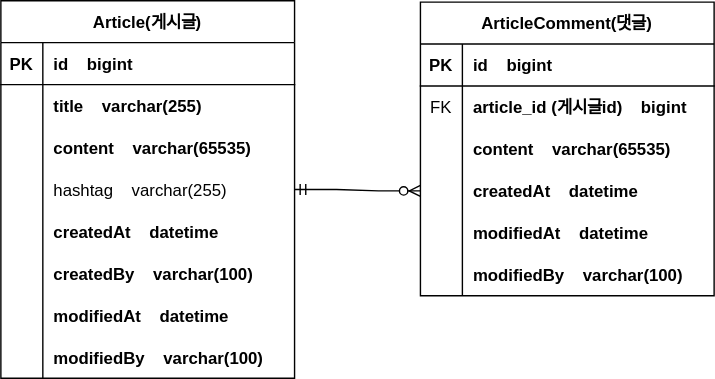
MJ0501/board keeps this draw.io diagram as document/board_erd.drawio.svg. Above is the earlier version. Source tidied: cells renumbered, new cells last; positions are measured from the earlier drawing's top-left corner, leaving out a move shared by most shapes.
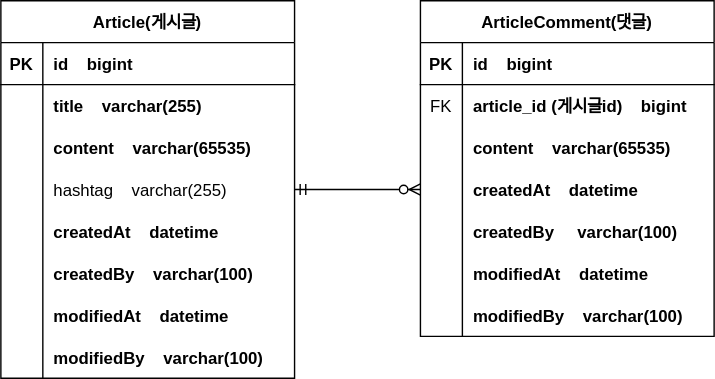
Later version of the same file.

Commit message:
board_erd.drawio.svg이 추가되었습니다.

Diff of the diagram source:
```diff
@@ -3,7 +3,7 @@
     <mxCell id="0" />
     <mxCell id="1" parent="0" />
     <mxCell id="2" value="Article(게시글)" style="shape=table;startSize=30;rowLines=0;fontStyle=1;align=center;" parent="1" vertex="1">
-      <mxGeometry width="210" height="270" as="geometry" />
+      <mxGeometry y="-1" width="210" height="270" as="geometry" />
     </mxCell>
     <mxCell id="3" style="shape=partialRectangle;fillColor=none;top=0;left=0;right=0;bottom=1;" parent="2" vertex="1">
       <mxGeometry y="30" width="210" height="30" as="geometry" />
@@ -78,7 +78,7 @@
       <mxGeometry x="30" width="180" height="30" as="geometry" />
     </mxCell>
     <mxCell id="27" value="ArticleComment(댓글)" style="shape=table;startSize=30;rowLines=0;fontStyle=1;align=center;" parent="1" vertex="1">
-      <mxGeometry x="300" y="1" width="210" height="210" as="geometry" />
+      <mxGeometry x="300" y="-1" width="210" height="240" as="geometry" />
     </mxCell>
     <mxCell id="28" style="shape=partialRectangle;fillColor=none;top=0;left=0;right=0;bottom=1;" parent="27" vertex="1">
       <mxGeometry y="30" width="210" height="30" as="geometry" />
@@ -116,8 +116,17 @@
     <mxCell id="39" value="createdAt    datetime" style="shape=partialRectangle;overflow=hidden;fillColor=none;top=0;left=0;bottom=0;right=0;align=left;spacingLeft=6;fontStyle=1;" parent="37" vertex="1">
       <mxGeometry x="30" width="180" height="30" as="geometry" />
     </mxCell>
+    <mxCell id="47" style="shape=partialRectangle;fillColor=none;top=0;left=0;right=0;bottom=0;" parent="27" vertex="1">
+      <mxGeometry y="150" width="210" height="30" as="geometry" />
+    </mxCell>
+    <mxCell id="48" style="shape=partialRectangle;overflow=hidden;fillColor=none;top=0;left=0;bottom=0;right=0;" parent="47" vertex="1">
+      <mxGeometry width="30" height="30" as="geometry" />
+    </mxCell>
+    <mxCell id="49" value="createdBy     varchar(100)" style="shape=partialRectangle;overflow=hidden;fillColor=none;top=0;left=0;bottom=0;right=0;align=left;spacingLeft=6;fontStyle=1;" parent="47" vertex="1">
+      <mxGeometry x="30" width="180" height="30" as="geometry" />
+    </mxCell>
     <mxCell id="40" style="shape=partialRectangle;fillColor=none;top=0;left=0;right=0;bottom=0;" parent="27" vertex="1">
-      <mxGeometry y="150" width="210" height="30" as="geometry" />
+      <mxGeometry y="180" width="210" height="30" as="geometry" />
     </mxCell>
     <mxCell id="41" style="shape=partialRectangle;overflow=hidden;fillColor=none;top=0;left=0;bottom=0;right=0;" parent="40" vertex="1">
       <mxGeometry width="30" height="30" as="geometry" />
@@ -126,7 +135,7 @@
       <mxGeometry x="30" width="180" height="30" as="geometry" />
     </mxCell>
     <mxCell id="43" style="shape=partialRectangle;fillColor=none;top=0;left=0;right=0;bottom=0;" parent="27" vertex="1">
-      <mxGeometry y="180" width="210" height="30" as="geometry" />
+      <mxGeometry y="210" width="210" height="30" as="geometry" />
     </mxCell>
     <mxCell id="44" style="shape=partialRectangle;overflow=hidden;fillColor=none;top=0;left=0;bottom=0;right=0;" parent="43" vertex="1">
       <mxGeometry width="30" height="30" as="geometry" />
```
